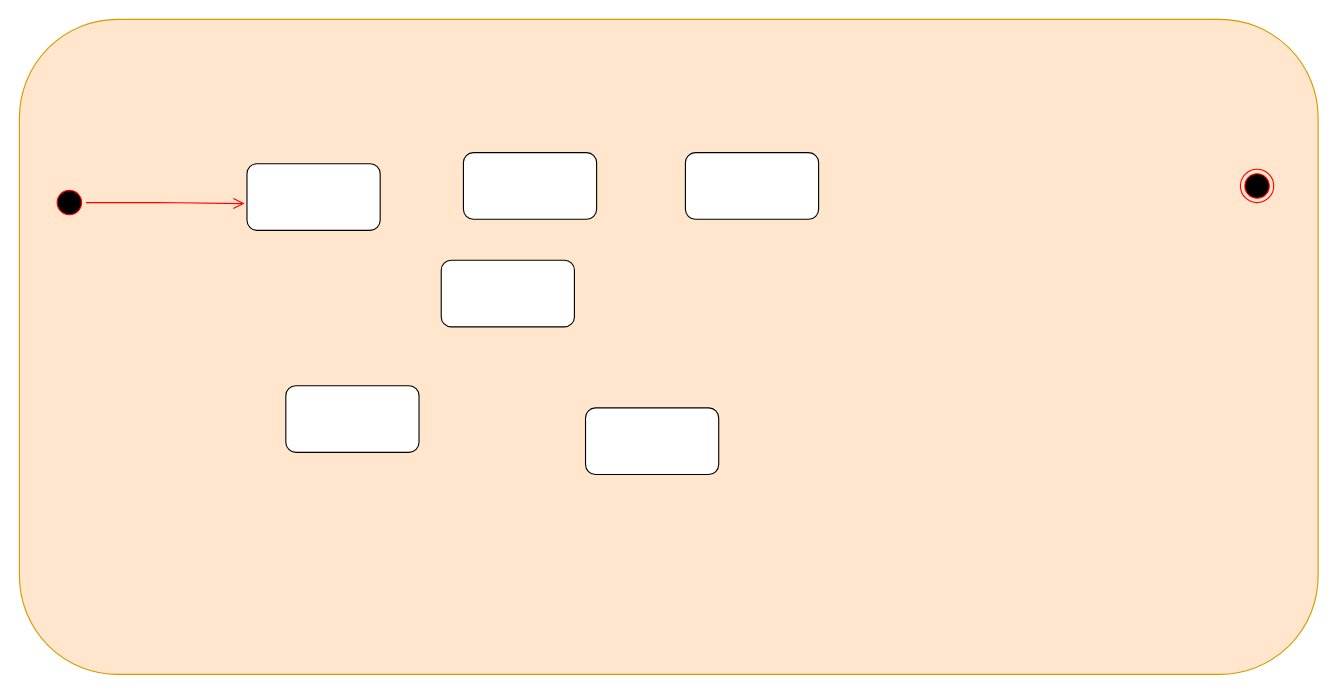
Earlier version of the draw.io diagram 6 практическая АКМ.drawio (Merfarion/Diagrams-and-schemes). Source tidied: cells renumbered, new cells numbered last; positions are measured from the earlier drawing's top-left corner, leaving out a move shared by most shapes. Both pictures are drawn from the tidied source at 111%, with x=0, y=0 at pixel (19, 19).
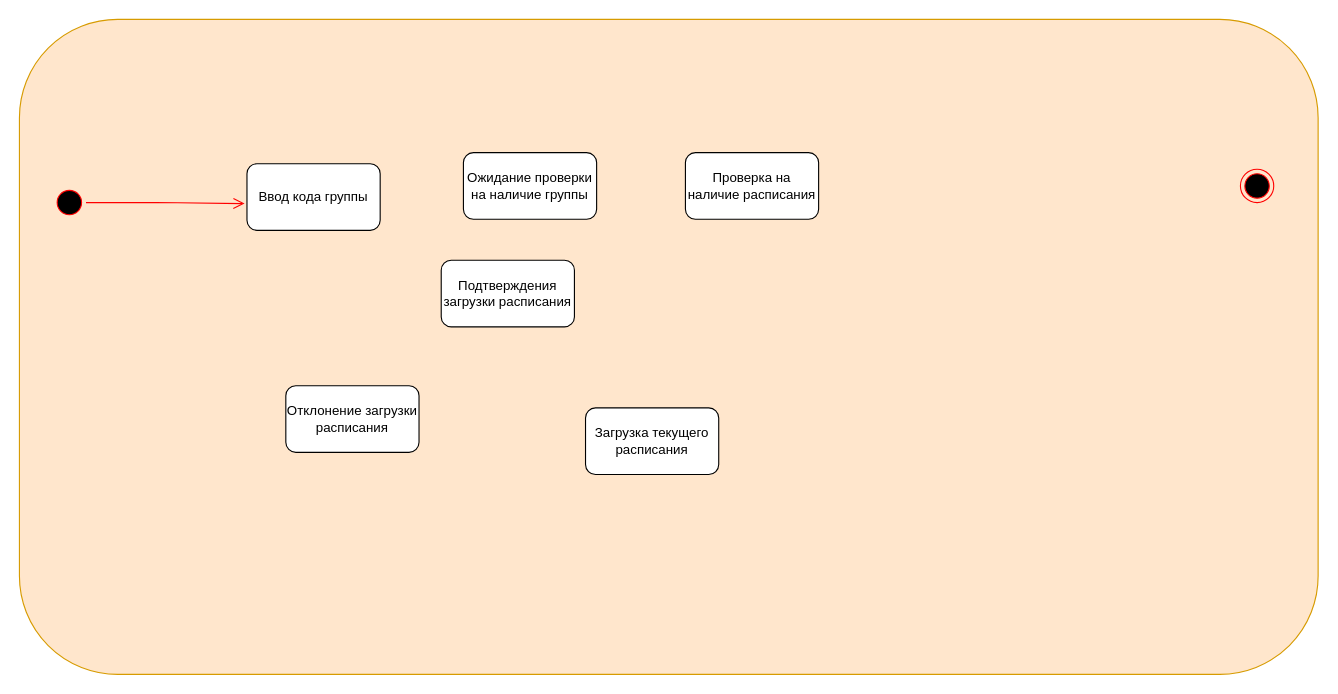
After the change.

Change to the diagram source:
```diff
@@
 <mxGraphModel>
   <root>
     <mxCell id="0" />
     <mxCell id="1" parent="0" />
     <mxCell id="2" style="rounded=1;whiteSpace=wrap;html=1;fillColor=#ffe6cc;strokeColor=#d79b00;" parent="1" vertex="1">
       <mxGeometry width="1170" height="590" as="geometry" />
     </mxCell>
-    <mxCell id="3" style="rounded=1;whiteSpace=wrap;html=1;" parent="1" vertex="1">
+    <mxCell id="3" value="Проверка на наличие расписания" style="rounded=1;whiteSpace=wrap;html=1;" parent="1" vertex="1">
       <mxGeometry x="600" y="120" width="120" height="60" as="geometry" />
     </mxCell>
-    <mxCell id="4" style="rounded=1;whiteSpace=wrap;html=1;" parent="1" vertex="1">
+    <mxCell id="4" value="Ожидание проверки на наличие группы" style="rounded=1;whiteSpace=wrap;html=1;" parent="1" vertex="1">
       <mxGeometry x="400" y="120" width="120" height="60" as="geometry" />
     </mxCell>
-    <mxCell id="5" style="rounded=1;whiteSpace=wrap;html=1;" parent="1" vertex="1">
+    <mxCell id="5" value="Ввод кода группы" style="rounded=1;whiteSpace=wrap;html=1;" parent="1" vertex="1">
       <mxGeometry x="205" y="130" width="120" height="60" as="geometry" />
     </mxCell>
     <mxCell id="6" style="ellipse;html=1;shape=endState;fillColor=#000000;strokeColor=#ff0000;" parent="1" vertex="1">
       <mxGeometry x="1100" y="135" width="30" height="30" as="geometry" />
     </mxCell>
     <mxCell id="7" style="ellipse;html=1;shape=startState;fillColor=#000000;strokeColor=#ff0000;" parent="1" vertex="1">
       <mxGeometry x="30" y="150" width="30" height="30" as="geometry" />
     </mxCell>
     <mxCell id="8" style="edgeStyle=orthogonalEdgeStyle;html=1;verticalAlign=bottom;endArrow=open;endSize=8;strokeColor=#ff0000;exitX=1;exitY=0.5;exitDx=0;exitDy=0;entryX=-0.018;entryY=0.599;entryDx=0;entryDy=0;entryPerimeter=0;" parent="1" edge="1" source="7" target="5">
       <mxGeometry relative="1" as="geometry" />
     </mxCell>
-    <mxCell id="9" style="rounded=1;whiteSpace=wrap;html=1;" parent="1" vertex="1">
+    <mxCell id="9" value="Отклонение загрузки расписания" style="rounded=1;whiteSpace=wrap;html=1;" parent="1" vertex="1">
       <mxGeometry x="240" y="330" width="120" height="60" as="geometry" />
     </mxCell>
-    <mxCell id="10" style="rounded=1;whiteSpace=wrap;html=1;" parent="1" vertex="1">
+    <mxCell id="10" value="Подтверждения загрузки расписания" style="rounded=1;whiteSpace=wrap;html=1;" parent="1" vertex="1">
       <mxGeometry x="380" y="217" width="120" height="60" as="geometry" />
     </mxCell>
-    <mxCell id="11" style="rounded=1;whiteSpace=wrap;html=1;" parent="1" vertex="1">
+    <mxCell id="11" value="Загрузка текущего расписания" style="rounded=1;whiteSpace=wrap;html=1;" parent="1" vertex="1">
       <mxGeometry x="510" y="350" width="120" height="60" as="geometry" />
     </mxCell>
   </root>
 </mxGraphModel>
```
